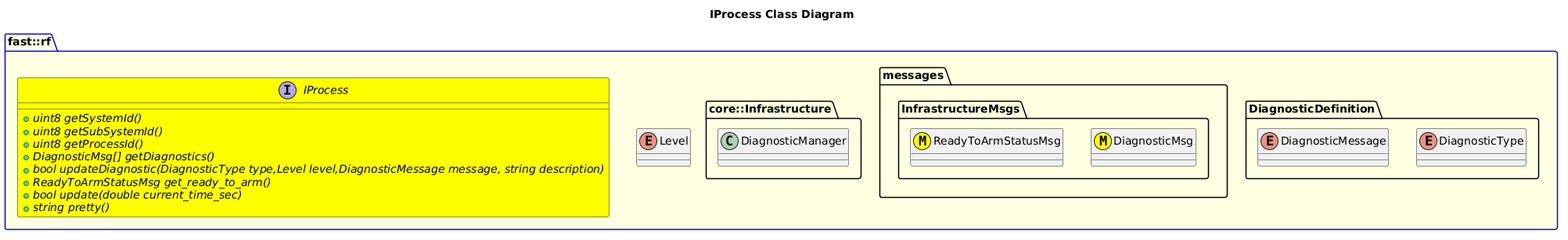
Before: include/doc/IProcessClassDiagram.png, a diagram exported from PlantUML (fastrobotics/robot_framework). Source of this version:
```plantuml
@startuml
title IProcess Class Diagram

package fast::rf #LightYellow;line:blue {
    enum Level
    namespace DiagnosticDefinition {
        enum DiagnosticType
        enum DiagnosticMessage
    }
    namespace messages {
        namespace InfrastructureMsgs {
        class DiagnosticMsg <<(M,#FFFF00)>>
        class ReadyToArmStatusMsg <<(M,#FFFF00)>>
        }
    }
    namespace core::Infrastructure {
        class DiagnosticManager
    }

    interface IProcess #Yellow {
        +{abstract} uint8 getSystemId()
        +{abstract} uint8 getSubSystemId()
        +{abstract} uint8 getProcessId()
        +{abstract} DiagnosticMsg[] getDiagnostics()
        +{abstract} bool updateDiagnostic(DiagnosticType type,Level level,DiagnosticMessage message, string description)
        +{abstract} ReadyToArmStatusMsg get_ready_to_arm()
        +{abstract} bool update(double current_time_sec)
        +{abstract} string pretty()
    }
}
@enduml
```
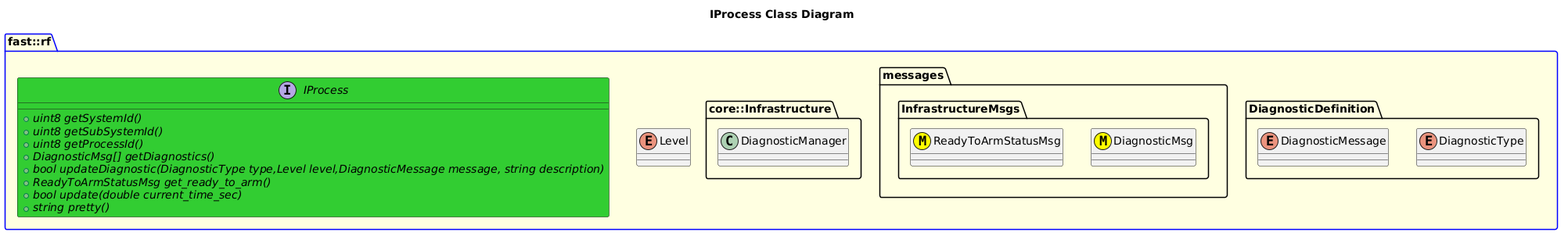
Above is the later version.

Diff of the diagram source:
```diff
@@ -17,7 +17,7 @@
         class DiagnosticManager
     }
 
-    interface IProcess #Yellow {
+    interface IProcess #LimeGreen {
         +{abstract} uint8 getSystemId()
         +{abstract} uint8 getSubSystemId()
         +{abstract} uint8 getProcessId()
```
